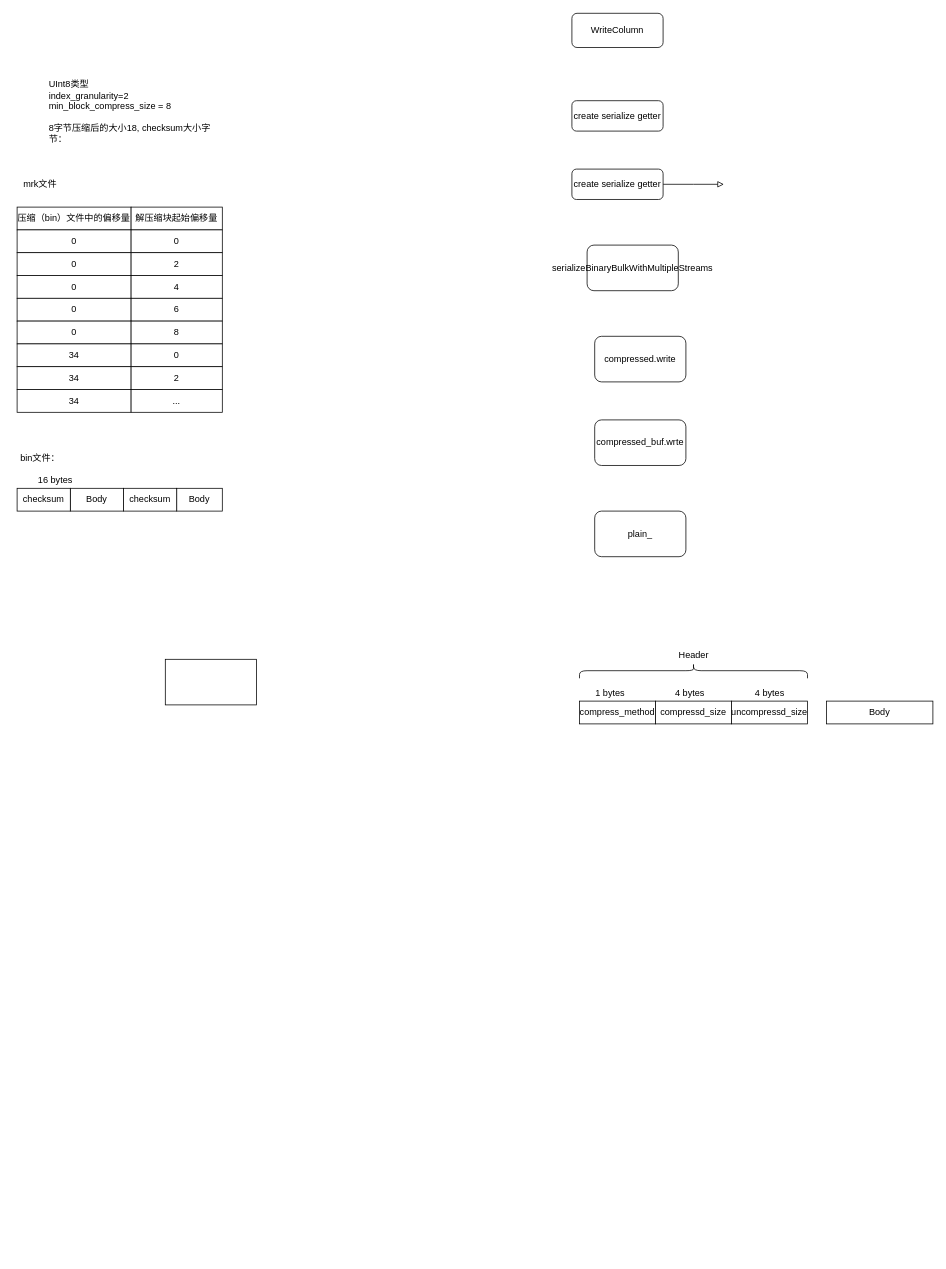
Above: page "流程图" (6 of 8) of clickhouse/clickhosue-storage 模块.drawio in cicelprg/drawio (draw.io), before the change. Source tidied: cells renumbered, new cells numbered last; positions are measured from the earlier drawing's top-left corner, leaving out a move shared by most shapes. Both pictures are drawn from the tidied source at 76%, with x=0, y=0 at pixel (13, 13).
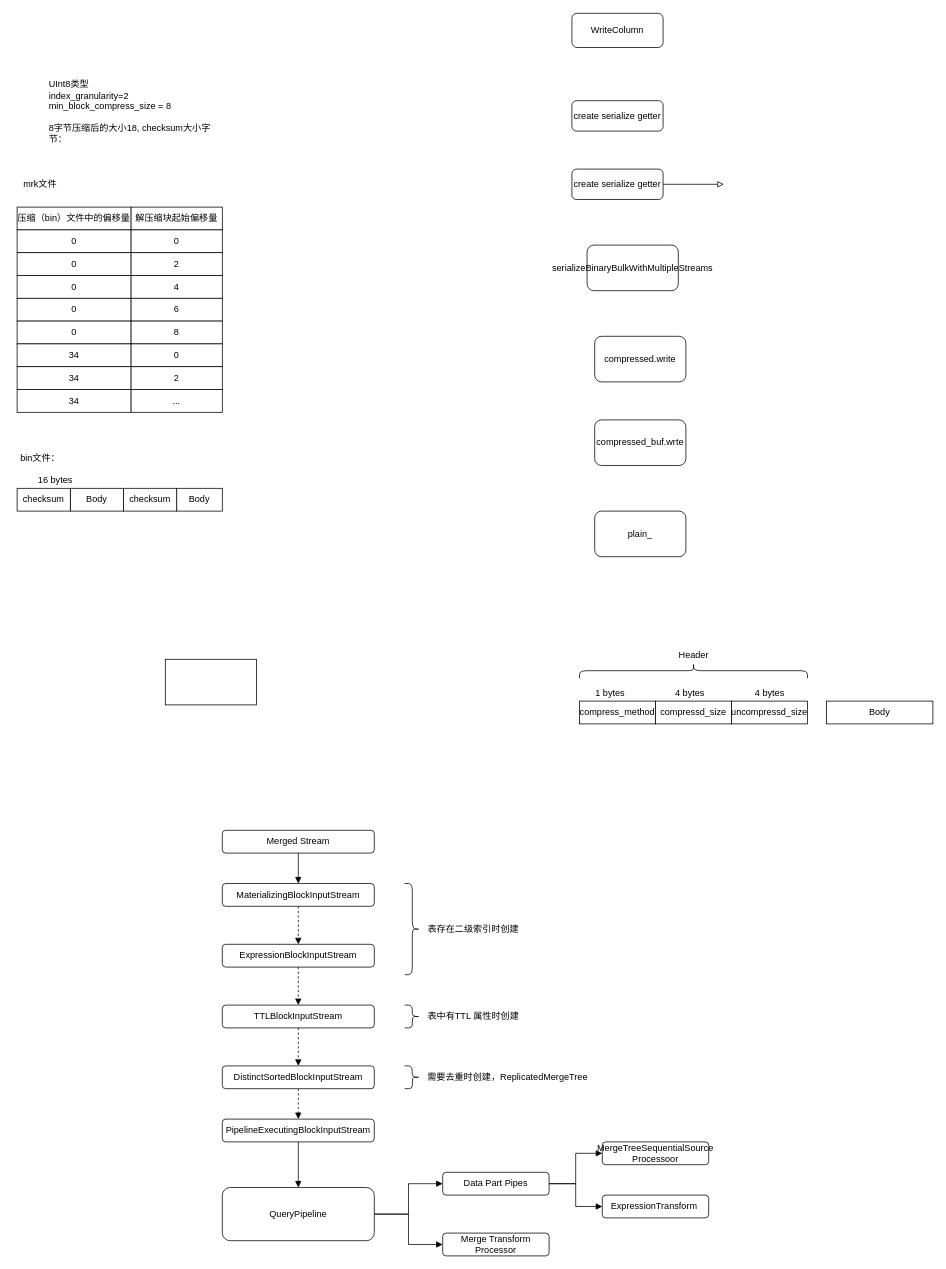
After the change.

Change to the diagram source:
```diff
@@
+    <mxCell id="46" style="edgeStyle=orthogonalEdgeStyle;rounded=0;jettySize=auto;html=1;exitX=0.5;exitY=1;exitDx=0;exitDy=0;endArrow=block;endFill=1;dashed=1;" parent="1" edge="1" source="47" target="49">
+      <mxGeometry relative="1" as="geometry" />
+    </mxCell>
+    <mxCell id="47" value="MaterializingBlockInputStream" style="rounded=1;whiteSpace=wrap;html=1;" parent="1" vertex="1">
+      <mxGeometry x="275" y="1145" width="200" height="30" as="geometry" />
+    </mxCell>
+    <mxCell id="48" style="edgeStyle=orthogonalEdgeStyle;rounded=0;jettySize=auto;html=1;exitX=0.5;exitY=1;exitDx=0;exitDy=0;endArrow=block;endFill=1;dashed=1;" parent="1" edge="1" source="49" target="51">
+      <mxGeometry relative="1" as="geometry" />
+    </mxCell>
+    <mxCell id="49" value="ExpressionBlockInputStream" style="rounded=1;whiteSpace=wrap;html=1;" parent="1" vertex="1">
+      <mxGeometry x="275" y="1225" width="200" height="30" as="geometry" />
+    </mxCell>
+    <mxCell id="50" style="edgeStyle=orthogonalEdgeStyle;rounded=0;jettySize=auto;html=1;exitX=0.5;exitY=1;exitDx=0;exitDy=0;endArrow=block;endFill=1;dashed=1;" parent="1" edge="1" source="51" target="53">
+      <mxGeometry relative="1" as="geometry" />
+    </mxCell>
+    <mxCell id="51" value="TTLBlockInputStream" style="rounded=1;whiteSpace=wrap;html=1;" parent="1" vertex="1">
+      <mxGeometry x="275" y="1305" width="200" height="30" as="geometry" />
+    </mxCell>
+    <mxCell id="52" style="edgeStyle=orthogonalEdgeStyle;rounded=0;jettySize=auto;html=1;exitX=0.5;exitY=1;exitDx=0;exitDy=0;endArrow=block;endFill=1;dashed=1;" parent="1" edge="1" source="53" target="55">
+      <mxGeometry relative="1" as="geometry" />
+    </mxCell>
+    <mxCell id="53" value="DistinctSortedBlockInputStream" style="rounded=1;whiteSpace=wrap;html=1;" parent="1" vertex="1">
+      <mxGeometry x="275" y="1385" width="200" height="30" as="geometry" />
+    </mxCell>
+    <mxCell id="54" style="edgeStyle=orthogonalEdgeStyle;rounded=0;jettySize=auto;html=1;exitX=0.5;exitY=1;exitDx=0;exitDy=0;endArrow=block;endFill=1;" parent="1" edge="1" source="55" target="64">
+      <mxGeometry relative="1" as="geometry" />
+    </mxCell>
+    <mxCell id="55" value="PipelineExecutingBlockInputStream" style="rounded=1;whiteSpace=wrap;html=1;" parent="1" vertex="1">
+      <mxGeometry x="275" y="1455" width="200" height="30" as="geometry" />
+    </mxCell>
+    <mxCell id="56" style="shape=curlyBracket;whiteSpace=wrap;html=1;rounded=1;flipH=1;" parent="1" vertex="1">
+      <mxGeometry x="515" y="1145" width="20" height="120" as="geometry" />
+    </mxCell>
+    <mxCell id="57" value="表存在二级索引时创建" style="text;html=1;align=center;verticalAlign=middle;strokeColor=none;fillColor=none;" parent="1" vertex="1">
+      <mxGeometry x="535" y="1195" width="140" height="20" as="geometry" />
+    </mxCell>
+    <mxCell id="58" style="shape=curlyBracket;whiteSpace=wrap;html=1;rounded=1;flipH=1;" parent="1" vertex="1">
+      <mxGeometry x="515" y="1305" width="20" height="30" as="geometry" />
+    </mxCell>
+    <mxCell id="59" value="表中有TTL 属性时创建" style="text;html=1;align=center;verticalAlign=middle;strokeColor=none;fillColor=none;" parent="1" vertex="1">
+      <mxGeometry x="535" y="1310" width="140" height="20" as="geometry" />
+    </mxCell>
+    <mxCell id="60" style="shape=curlyBracket;whiteSpace=wrap;html=1;rounded=1;flipH=1;" parent="1" vertex="1">
+      <mxGeometry x="515" y="1385" width="20" height="30" as="geometry" />
+    </mxCell>
+    <mxCell id="61" value="需要去重时创建，ReplicatedMergeTree" style="text;html=1;align=center;verticalAlign=middle;strokeColor=none;fillColor=none;" parent="1" vertex="1">
+      <mxGeometry x="535" y="1390" width="230" height="20" as="geometry" />
+    </mxCell>
+    <mxCell id="62" style="rounded=0;jettySize=auto;html=1;exitX=1;exitY=0.5;exitDx=0;exitDy=0;entryX=0;entryY=0.5;entryDx=0;entryDy=0;endArrow=block;endFill=1;edgeStyle=orthogonalEdgeStyle;" parent="1" edge="1" source="64" target="67">
+      <mxGeometry relative="1" as="geometry" />
+    </mxCell>
+    <mxCell id="63" style="rounded=0;jettySize=auto;html=1;entryX=0;entryY=0.5;entryDx=0;entryDy=0;endArrow=block;endFill=1;exitX=1;exitY=0.5;exitDx=0;exitDy=0;edgeStyle=orthogonalEdgeStyle;" parent="1" edge="1" source="64" target="68">
+      <mxGeometry relative="1" as="geometry" />
+    </mxCell>
+    <mxCell id="64" value="QueryPipeline" style="rounded=1;whiteSpace=wrap;html=1;" parent="1" vertex="1">
+      <mxGeometry x="275" y="1545" width="200" height="70" as="geometry" />
+    </mxCell>
+    <mxCell id="65" style="edgeStyle=orthogonalEdgeStyle;rounded=0;jettySize=auto;html=1;exitX=1;exitY=0.5;exitDx=0;exitDy=0;entryX=0;entryY=0.5;entryDx=0;entryDy=0;endArrow=block;endFill=1;" parent="1" edge="1" source="67" target="69">
+      <mxGeometry relative="1" as="geometry" />
+    </mxCell>
+    <mxCell id="66" style="edgeStyle=orthogonalEdgeStyle;rounded=0;jettySize=auto;html=1;exitX=1;exitY=0.5;exitDx=0;exitDy=0;entryX=0;entryY=0.5;entryDx=0;entryDy=0;endArrow=block;endFill=1;" parent="1" edge="1" source="67" target="70">
+      <mxGeometry relative="1" as="geometry" />
+    </mxCell>
+    <mxCell id="67" value="Data Part Pipes" style="rounded=1;whiteSpace=wrap;html=1;" parent="1" vertex="1">
+      <mxGeometry x="565" y="1525" width="140" height="30" as="geometry" />
+    </mxCell>
+    <mxCell id="68" value="Merge Transform Processor" style="rounded=1;whiteSpace=wrap;html=1;" parent="1" vertex="1">
+      <mxGeometry x="565" y="1605" width="140" height="30" as="geometry" />
+    </mxCell>
+    <mxCell id="69" value="MergeTreeSequentialSource&lt;br&gt;Processoor" style="rounded=1;whiteSpace=wrap;html=1;" parent="1" vertex="1">
+      <mxGeometry x="775" y="1485" width="140" height="30" as="geometry" />
+    </mxCell>
+    <mxCell id="70" value="ExpressionTransform&amp;nbsp;" style="rounded=1;whiteSpace=wrap;html=1;" parent="1" vertex="1">
+      <mxGeometry x="775" y="1555" width="140" height="30" as="geometry" />
+    </mxCell>
+    <mxCell id="71" style="edgeStyle=orthogonalEdgeStyle;rounded=0;jettySize=auto;html=1;exitX=0.5;exitY=1;exitDx=0;exitDy=0;endArrow=block;endFill=1;" parent="1" edge="1" source="72" target="47">
+      <mxGeometry relative="1" as="geometry" />
+    </mxCell>
+    <mxCell id="72" value="Merged Stream" style="rounded=1;whiteSpace=wrap;html=1;" parent="1" vertex="1">
+      <mxGeometry x="275" y="1075" width="200" height="30" as="geometry" />
+    </mxCell>
```
